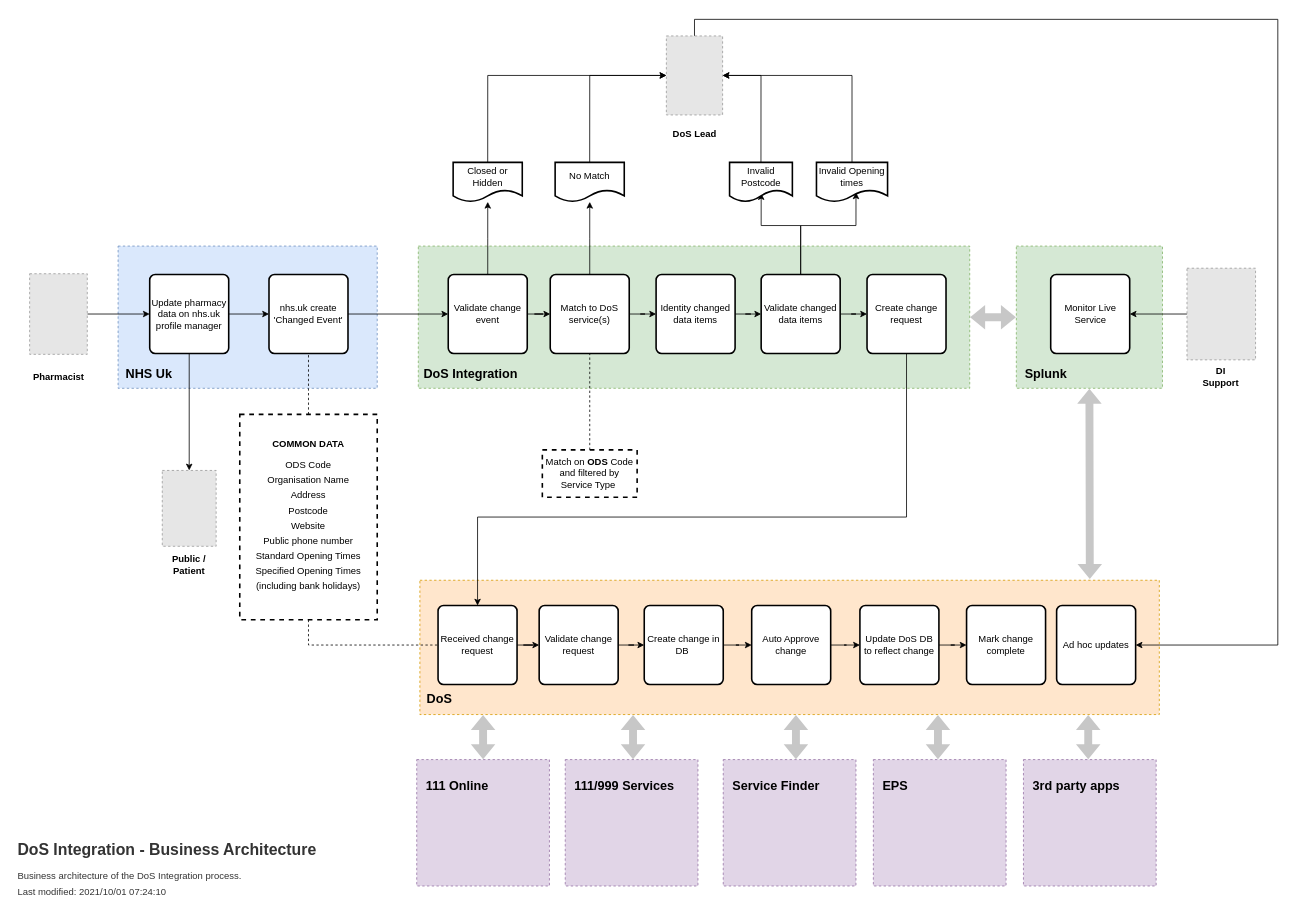
The draw.io diagram page "Business Architecture" (1 of 6) of documentation/diagrams/DoS Integration.drawio in nhsd-exeter/dos-integration, before the edit. Source tidied: cells renumbered, new cells numbered last; positions are measured from the earlier drawing's top-left corner, leaving out a move shared by most shapes. Both pictures are drawn from the tidied source at 79%, with x=0, y=0 at pixel (13, 19). Pictures stored in the file or linked from it are replaced by grey dashed boxes.
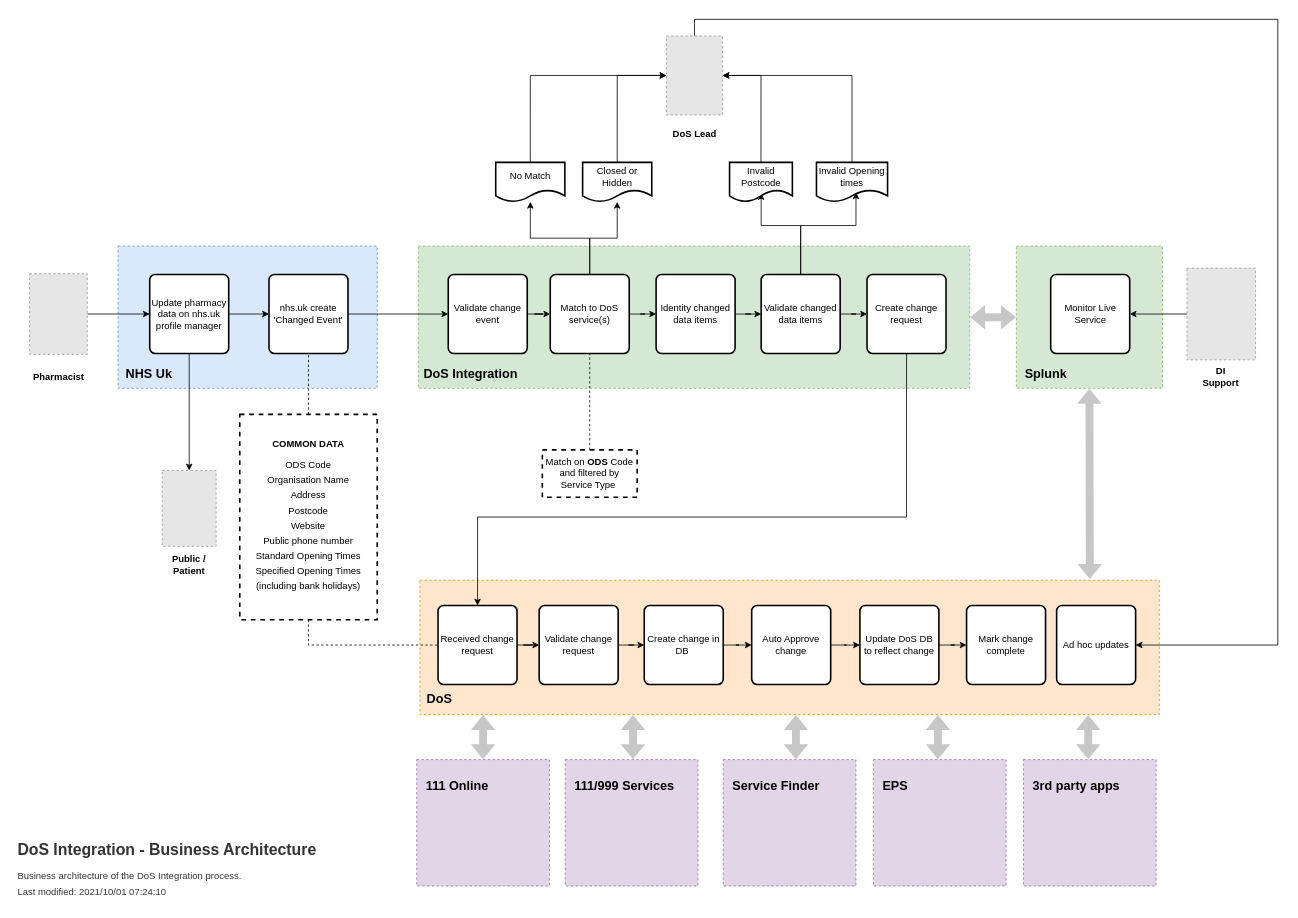
Above is the later version.

The change refers to these unchanged cells:
```xml
<mxCell id="16" value="Validate change event" style="rounded=1;whiteSpace=wrap;html=1;absoluteArcSize=1;arcSize=14;strokeWidth=2;" parent="1" vertex="1">
  <mxGeometry x="549.9" y="323" width="100" height="100" as="geometry" />
</mxCell>
<mxCell id="19" value="Match to DoS service(s)" style="rounded=1;whiteSpace=wrap;html=1;absoluteArcSize=1;arcSize=14;strokeWidth=2;" parent="1" vertex="1">
  <mxGeometry x="679" y="323" width="100" height="100" as="geometry" />
</mxCell>
```

The edit, as a diff of the source:
```diff
@@
-    <mxCell id="15" style="edgeStyle=orthogonalEdgeStyle;rounded=0;jettySize=auto;html=1;endArrow=classic;endFill=1;fillColor=#C7C7C7;" parent="1" edge="1" source="16" target="88">
+    <mxCell id="15" style="edgeStyle=orthogonalEdgeStyle;rounded=0;jettySize=auto;html=1;endArrow=classic;endFill=1;fillColor=#C7C7C7;exitX=0.5;exitY=0;exitDx=0;exitDy=0;" parent="1" edge="1" source="19" target="88">
       <mxGeometry relative="1" as="geometry" />
     </mxCell>
@@
     <mxCell id="40" value="No Match" style="shape=document;whiteSpace=wrap;html=1;boundedLbl=1;strokeWidth=2;" parent="1" vertex="1">
-      <mxGeometry x="685.2" y="181" width="87.5" height="50" as="geometry" />
+      <mxGeometry x="610" y="181" width="87.5" height="50" as="geometry" />
     </mxCell>
@@
     <mxCell id="88" value="Closed or Hidden" style="shape=document;whiteSpace=wrap;html=1;boundedLbl=1;strokeWidth=2;" parent="1" vertex="1">
-      <mxGeometry x="556.1" y="181" width="87.5" height="50" as="geometry" />
+      <mxGeometry x="720" y="181" width="87.5" height="50" as="geometry" />
     </mxCell>
```
